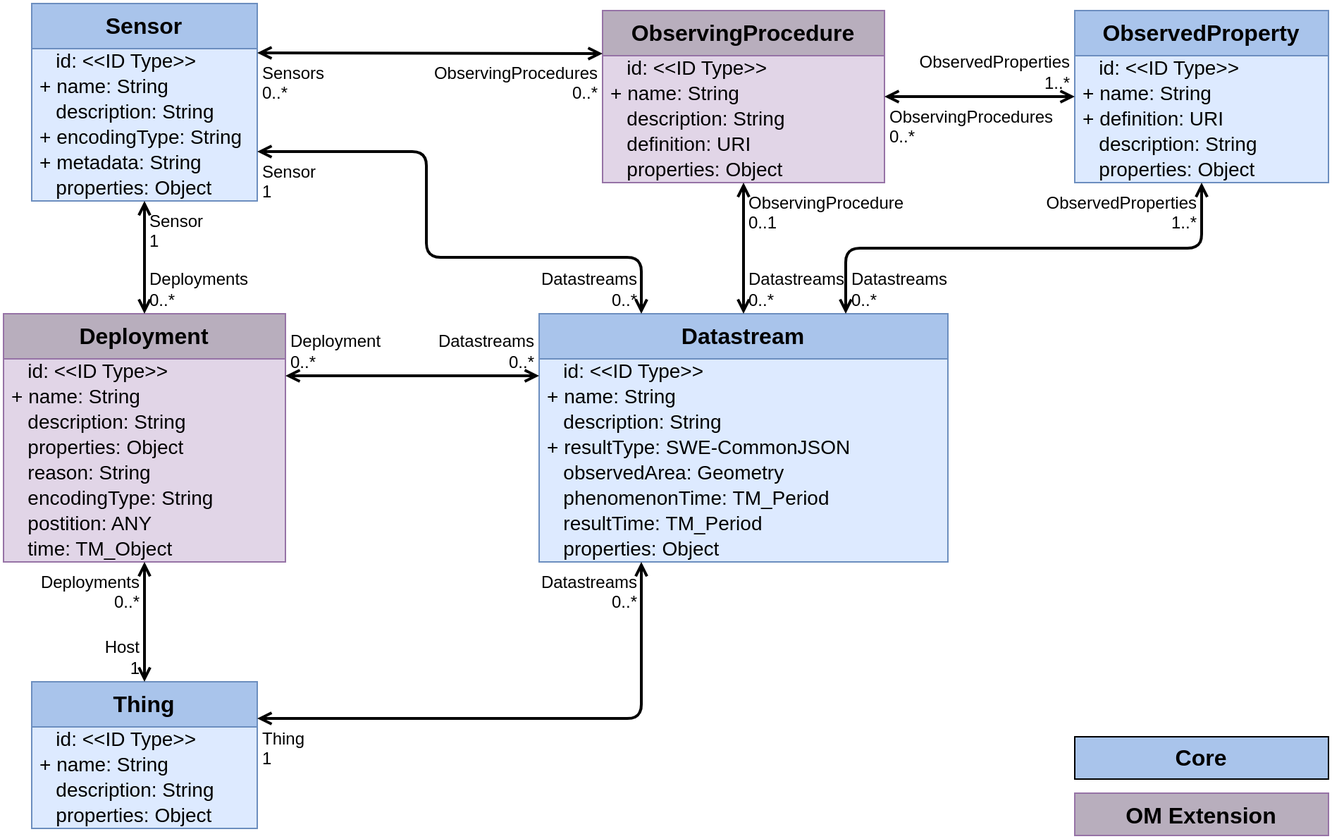
opengeospatial/sensorthings keeps this draw.io diagram as figures/Datamodel-SensorThingsApi-V2-proposal-1-OM.drawio.png. Above is the earlier version. Source tidied: cells renumbered, new cells last; positions are measured from the earlier drawing's top-left corner, leaving out a move shared by most shapes.
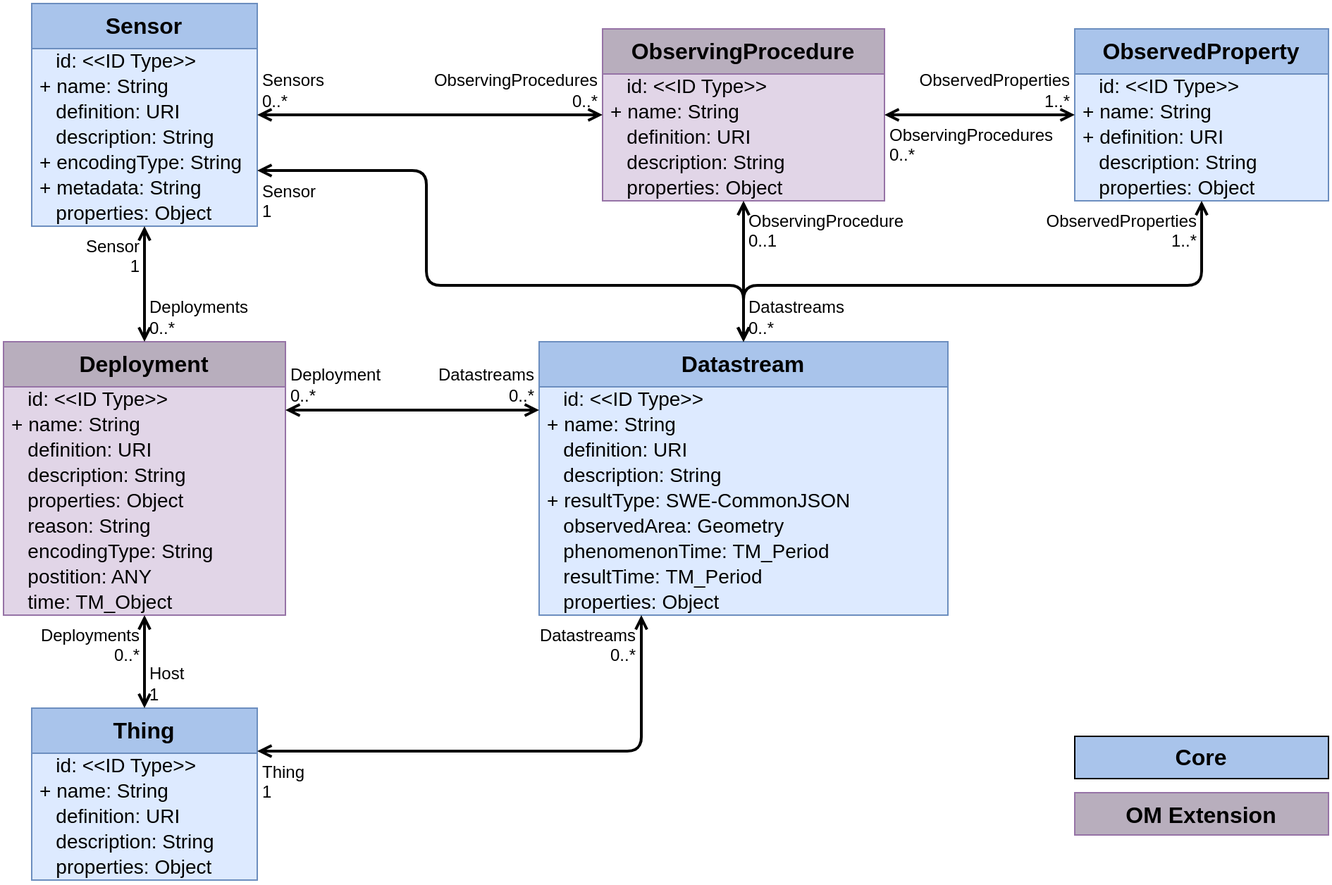
Above is the later version.

Commit message:
Added definition field to most EntityTypes

Change to the diagram source:
```diff
@@ -5,3 +5,3 @@
     <mxCell id="2" value="Datastream" style="swimlane;fontStyle=1;horizontal=1;startSize=32;fontSize=16;whiteSpace=wrap;html=1;fillColor=#A9C4EB;strokeColor=#6c8ebf;swimlaneFillColor=#DDEAFF;verticalAlign=top;" parent="1" vertex="1">
-      <mxGeometry x="380" y="220" width="290" height="176" as="geometry" />
+      <mxGeometry x="380" y="240" width="290" height="194" as="geometry" />
     </mxCell>
@@ -13,22 +13,25 @@
     </mxCell>
+    <mxCell id="73" value="&amp;nbsp;&amp;nbsp;&amp;nbsp;definition: URI" style="text;strokeColor=none;fillColor=none;align=left;verticalAlign=middle;spacingLeft=4;spacingRight=4;overflow=visible;html=1;fontSize=14;" parent="2" vertex="1">
+      <mxGeometry y="68" width="290" height="18" as="geometry" />
+    </mxCell>
     <mxCell id="5" value="&amp;nbsp; &amp;nbsp;description: String" style="text;strokeColor=none;fillColor=none;align=left;verticalAlign=middle;spacingLeft=4;spacingRight=4;overflow=visible;html=1;fontSize=14;" parent="2" vertex="1">
-      <mxGeometry y="68" width="290" height="18" as="geometry" />
+      <mxGeometry y="86" width="290" height="18" as="geometry" />
     </mxCell>
     <mxCell id="6" value="+ resultType: SWE-CommonJSON" style="text;strokeColor=none;fillColor=none;align=left;verticalAlign=middle;spacingLeft=4;spacingRight=4;overflow=visible;html=1;fontSize=14;" parent="2" vertex="1">
-      <mxGeometry y="86" width="290" height="18" as="geometry" />
+      <mxGeometry y="104" width="290" height="18" as="geometry" />
     </mxCell>
     <mxCell id="7" value="&amp;nbsp;&amp;nbsp;&amp;nbsp;observedArea: Geometry" style="text;strokeColor=none;fillColor=none;align=left;verticalAlign=middle;spacingLeft=4;spacingRight=4;overflow=visible;html=1;fontSize=14;" parent="2" vertex="1">
-      <mxGeometry y="104" width="290" height="18" as="geometry" />
+      <mxGeometry y="122" width="290" height="18" as="geometry" />
     </mxCell>
     <mxCell id="8" value="&amp;nbsp;&amp;nbsp;&amp;nbsp;phenomenonTime:&amp;nbsp;TM_Period" style="text;strokeColor=none;fillColor=none;align=left;verticalAlign=middle;spacingLeft=4;spacingRight=4;overflow=visible;html=1;fontSize=14;" parent="2" vertex="1">
-      <mxGeometry y="122" width="290" height="18" as="geometry" />
+      <mxGeometry y="140" width="290" height="18" as="geometry" />
     </mxCell>
     <mxCell id="9" value="&amp;nbsp;&amp;nbsp;&amp;nbsp;resultTime:&amp;nbsp;TM_Period" style="text;strokeColor=none;fillColor=none;align=left;verticalAlign=middle;spacingLeft=4;spacingRight=4;overflow=visible;html=1;fontSize=14;" parent="2" vertex="1">
-      <mxGeometry y="140" width="290" height="18" as="geometry" />
+      <mxGeometry y="158" width="290" height="18" as="geometry" />
     </mxCell>
     <mxCell id="10" value="&amp;nbsp;&amp;nbsp;&amp;nbsp;properties: Object" style="text;strokeColor=none;fillColor=none;align=left;verticalAlign=middle;spacingLeft=4;spacingRight=4;overflow=visible;html=1;fontSize=14;" parent="2" vertex="1">
-      <mxGeometry y="158" width="290" height="18" as="geometry" />
+      <mxGeometry y="176" width="290" height="18" as="geometry" />
     </mxCell>
     <mxCell id="11" value="Deployment" style="swimlane;fontStyle=1;horizontal=1;startSize=32;fontSize=16;whiteSpace=wrap;html=1;fillColor=#B8AEBD;strokeColor=#9673a6;swimlaneFillColor=#E1D5E7;verticalAlign=top;" parent="1" vertex="1">
-      <mxGeometry y="220" width="200" height="176" as="geometry" />
+      <mxGeometry y="240" width="200" height="194" as="geometry" />
     </mxCell>
@@ -40,22 +43,25 @@
     </mxCell>
+    <mxCell id="74" value="&amp;nbsp;&amp;nbsp;&amp;nbsp;definition: URI" style="text;strokeColor=none;fillColor=none;align=left;verticalAlign=middle;spacingLeft=4;spacingRight=4;overflow=visible;html=1;fontSize=14;" parent="11" vertex="1">
+      <mxGeometry y="68" width="200" height="18" as="geometry" />
+    </mxCell>
     <mxCell id="14" value="&amp;nbsp;&amp;nbsp;&amp;nbsp;description: String" style="text;strokeColor=none;fillColor=none;align=left;verticalAlign=middle;spacingLeft=4;spacingRight=4;overflow=visible;html=1;fontSize=14;" parent="11" vertex="1">
-      <mxGeometry y="68" width="200" height="18" as="geometry" />
+      <mxGeometry y="86" width="200" height="18" as="geometry" />
     </mxCell>
     <mxCell id="15" value="&amp;nbsp;&amp;nbsp;&amp;nbsp;properties: Object" style="text;strokeColor=none;fillColor=none;align=left;verticalAlign=middle;spacingLeft=4;spacingRight=4;overflow=visible;html=1;fontSize=14;" parent="11" vertex="1">
-      <mxGeometry y="86" width="200" height="18" as="geometry" />
+      <mxGeometry y="104" width="200" height="18" as="geometry" />
     </mxCell>
     <mxCell id="16" value="&amp;nbsp;&amp;nbsp;&amp;nbsp;reason: String" style="text;strokeColor=none;fillColor=none;align=left;verticalAlign=middle;spacingLeft=4;spacingRight=4;overflow=visible;html=1;fontSize=14;" parent="11" vertex="1">
-      <mxGeometry y="104" width="200" height="18" as="geometry" />
+      <mxGeometry y="122" width="200" height="18" as="geometry" />
     </mxCell>
     <mxCell id="17" value="&amp;nbsp; &amp;nbsp;encodingType: String" style="text;strokeColor=none;fillColor=none;align=left;verticalAlign=middle;spacingLeft=4;spacingRight=4;overflow=visible;html=1;fontSize=14;" parent="11" vertex="1">
-      <mxGeometry y="122" width="200" height="18" as="geometry" />
+      <mxGeometry y="140" width="200" height="18" as="geometry" />
     </mxCell>
     <mxCell id="18" value="&amp;nbsp;&amp;nbsp;&amp;nbsp;postition: ANY" style="text;strokeColor=none;fillColor=none;align=left;verticalAlign=middle;spacingLeft=4;spacingRight=4;overflow=visible;html=1;fontSize=14;" parent="11" vertex="1">
-      <mxGeometry y="140" width="200" height="18" as="geometry" />
+      <mxGeometry y="158" width="200" height="18" as="geometry" />
     </mxCell>
     <mxCell id="19" value="&amp;nbsp;&amp;nbsp;&amp;nbsp;time: TM_Object" style="text;strokeColor=none;fillColor=none;align=left;verticalAlign=middle;spacingLeft=4;spacingRight=4;overflow=visible;html=1;fontSize=14;" parent="11" vertex="1">
-      <mxGeometry y="158" width="200" height="18" as="geometry" />
+      <mxGeometry y="176" width="200" height="18" as="geometry" />
     </mxCell>
     <mxCell id="20" value="ObservedProperty" style="swimlane;fontStyle=1;horizontal=1;startSize=32;fontSize=16;whiteSpace=wrap;html=1;fillColor=#A9C4EB;strokeColor=#6c8ebf;swimlaneFillColor=#DDEAFF;verticalAlign=top;" parent="1" vertex="1">
-      <mxGeometry x="760" y="5" width="180" height="122" as="geometry" />
+      <mxGeometry x="760" y="18" width="180" height="122" as="geometry" />
     </mxCell>
@@ -76,4 +82,9 @@
     </mxCell>
-    <mxCell id="26" style="endArrow=open;startArrow=open;html=1;rounded=1;edgeStyle=orthogonalEdgeStyle;entryX=0.75;entryY=0;entryDx=0;entryDy=0;exitX=0.5;exitY=1;exitDx=0;exitDy=0;strokeWidth=2;curved=0;startFill=0;endFill=0;" parent="1" edge="1" source="20" target="2">
-      <mxGeometry relative="1" as="geometry" />
+    <mxCell id="26" style="endArrow=open;startArrow=open;html=1;rounded=1;edgeStyle=orthogonalEdgeStyle;entryX=0.5;entryY=0;entryDx=0;entryDy=0;exitX=0.5;exitY=1;exitDx=0;exitDy=0;strokeWidth=2;curved=0;startFill=0;endFill=0;" parent="1" edge="1" source="20" target="2">
+      <mxGeometry relative="1" as="geometry">
+        <Array as="points">
+          <mxPoint x="850" y="200" />
+          <mxPoint x="525" y="200" />
+        </Array>
+      </mxGeometry>
     </mxCell>
@@ -86,3 +97,3 @@
     <mxCell id="29" value="ObservingProcedure" style="swimlane;fontStyle=1;horizontal=1;startSize=32;fontSize=16;whiteSpace=wrap;html=1;fillColor=#B8AEBD;strokeColor=#9673a6;swimlaneFillColor=#E1D5E7;verticalAlign=top;" parent="1" vertex="1">
-      <mxGeometry x="425" y="5" width="200" height="122" as="geometry" />
+      <mxGeometry x="425" y="18" width="200" height="122" as="geometry" />
     </mxCell>
@@ -94,8 +105,8 @@
     </mxCell>
+    <mxCell id="33" value="&amp;nbsp;&amp;nbsp;&amp;nbsp;definition: URI" style="text;strokeColor=none;fillColor=none;align=left;verticalAlign=middle;spacingLeft=4;spacingRight=4;overflow=visible;html=1;fontSize=14;" parent="29" vertex="1">
+      <mxGeometry y="68" width="200" height="18" as="geometry" />
+    </mxCell>
     <mxCell id="32" value="&amp;nbsp;&amp;nbsp;&amp;nbsp;description: String" style="text;strokeColor=none;fillColor=none;align=left;verticalAlign=middle;spacingLeft=4;spacingRight=4;overflow=visible;html=1;fontSize=14;" parent="29" vertex="1">
-      <mxGeometry y="68" width="200" height="18" as="geometry" />
+      <mxGeometry y="86" width="200" height="18" as="geometry" />
     </mxCell>
-    <mxCell id="33" value="&amp;nbsp;&amp;nbsp;&amp;nbsp;definition: URI" style="text;strokeColor=none;fillColor=none;align=left;verticalAlign=middle;spacingLeft=4;spacingRight=4;overflow=visible;html=1;fontSize=14;" parent="29" vertex="1">
-      <mxGeometry y="86" width="200" height="18" as="geometry" />
-    </mxCell>
     <mxCell id="34" value="&amp;nbsp;&amp;nbsp;&amp;nbsp;properties: Object" style="text;strokeColor=none;fillColor=none;align=left;verticalAlign=middle;spacingLeft=4;spacingRight=4;overflow=visible;html=1;fontSize=14;" parent="29" vertex="1">
@@ -109,7 +120,4 @@
     </mxCell>
-    <mxCell id="37" value="Datastreams&lt;br&gt;0..*" style="edgeLabel;html=1;align=left;verticalAlign=bottom;labelBackgroundColor=none;fontSize=12;spacingLeft=1;spacing=3;spacingRight=2;" parent="35" vertex="1">
-      <mxGeometry x="1" relative="1" as="geometry" />
-    </mxCell>
     <mxCell id="38" value="Sensor" style="swimlane;fontStyle=1;horizontal=1;startSize=32;fontSize=16;whiteSpace=wrap;html=1;fillColor=#A9C4EB;strokeColor=#6c8ebf;swimlaneFillColor=#DDEAFF;verticalAlign=top;" parent="1" vertex="1">
-      <mxGeometry x="20" width="160" height="140" as="geometry" />
+      <mxGeometry x="20" width="160" height="158" as="geometry" />
     </mxCell>
@@ -121,20 +129,23 @@
     </mxCell>
+    <mxCell id="75" value="&amp;nbsp;&amp;nbsp;&amp;nbsp;definition: URI" style="text;strokeColor=none;fillColor=none;align=left;verticalAlign=middle;spacingLeft=4;spacingRight=4;overflow=visible;html=1;fontSize=14;" parent="38" vertex="1">
+      <mxGeometry y="68" width="160" height="18" as="geometry" />
+    </mxCell>
     <mxCell id="41" value="&amp;nbsp; &amp;nbsp;description: String" style="text;strokeColor=none;fillColor=none;align=left;verticalAlign=middle;spacingLeft=4;spacingRight=4;overflow=visible;html=1;fontSize=14;" parent="38" vertex="1">
-      <mxGeometry y="68" width="160" height="18" as="geometry" />
+      <mxGeometry y="86" width="160" height="18" as="geometry" />
     </mxCell>
     <mxCell id="42" value="+ encodingType: String" style="text;strokeColor=none;fillColor=none;align=left;verticalAlign=middle;spacingLeft=4;spacingRight=4;overflow=visible;html=1;fontSize=14;" parent="38" vertex="1">
-      <mxGeometry y="86" width="160" height="18" as="geometry" />
+      <mxGeometry y="104" width="160" height="18" as="geometry" />
     </mxCell>
     <mxCell id="43" value="+ metadata: String" style="text;strokeColor=none;fillColor=none;align=left;verticalAlign=middle;spacingLeft=4;spacingRight=4;overflow=visible;html=1;fontSize=14;" parent="38" vertex="1">
-      <mxGeometry y="104" width="160" height="18" as="geometry" />
+      <mxGeometry y="122" width="160" height="18" as="geometry" />
     </mxCell>
     <mxCell id="44" value="&amp;nbsp;&amp;nbsp;&amp;nbsp;properties: Object" style="text;strokeColor=none;fillColor=none;align=left;verticalAlign=middle;spacingLeft=4;spacingRight=4;overflow=visible;html=1;fontSize=14;" parent="38" vertex="1">
-      <mxGeometry y="122" width="160" height="18" as="geometry" />
+      <mxGeometry y="140" width="160" height="18" as="geometry" />
     </mxCell>
-    <mxCell id="45" style="endArrow=open;startArrow=open;html=1;rounded=1;entryX=0.25;entryY=0;entryDx=0;entryDy=0;edgeStyle=orthogonalEdgeStyle;exitX=1;exitY=0.75;exitDx=0;exitDy=0;strokeWidth=2;startFill=0;endFill=0;" parent="1" edge="1" source="38" target="2">
+    <mxCell id="45" style="endArrow=open;startArrow=open;html=1;rounded=1;entryX=0.5;entryY=0;entryDx=0;entryDy=0;edgeStyle=orthogonalEdgeStyle;exitX=1;exitY=0.75;exitDx=0;exitDy=0;strokeWidth=2;startFill=0;endFill=0;" parent="1" edge="1" source="38" target="2">
       <mxGeometry relative="1" as="geometry">
         <Array as="points">
-          <mxPoint x="300" y="105" />
-          <mxPoint x="300" y="180" />
-          <mxPoint x="453" y="180" />
+          <mxPoint x="300" y="118" />
+          <mxPoint x="300" y="200" />
+          <mxPoint x="525" y="200" />
         </Array>
@@ -145,5 +156,2 @@
     </mxCell>
-    <mxCell id="47" value="Datastreams&lt;br&gt;0..*" style="edgeLabel;html=1;align=right;verticalAlign=bottom;labelBackgroundColor=none;fontSize=12;spacingLeft=1;spacing=3;spacingRight=2;" parent="45" vertex="1">
-      <mxGeometry x="1" relative="1" as="geometry" />
-    </mxCell>
     <mxCell id="48" style="endArrow=open;startArrow=open;html=1;rounded=1;noEdgeStyle=1;strokeWidth=2;curved=0;startFill=0;endFill=0;" parent="1" edge="1" source="38" target="11">
@@ -151,3 +159,3 @@
     </mxCell>
-    <mxCell id="49" value="Sensor&lt;br&gt;1" style="edgeLabel;html=1;align=left;verticalAlign=top;labelBackgroundColor=none;fontSize=12;spacingLeft=1;spacing=3;spacingRight=2;" parent="48" vertex="1">
+    <mxCell id="49" value="Sensor&lt;br&gt;1" style="edgeLabel;html=1;align=right;verticalAlign=top;labelBackgroundColor=none;fontSize=12;spacingLeft=1;spacing=3;spacingRight=2;" parent="48" vertex="1">
       <mxGeometry x="-1" relative="1" as="geometry" />
@@ -157,9 +165,9 @@
     </mxCell>
-    <mxCell id="51" style="endArrow=open;startArrow=open;html=1;rounded=1;exitX=1;exitY=0.25;exitDx=0;exitDy=0;entryX=0;entryY=0.25;entryDx=0;entryDy=0;strokeWidth=2;curved=0;startFill=0;endFill=0;" parent="1" edge="1" source="38" target="29">
+    <mxCell id="51" style="endArrow=open;startArrow=open;html=1;rounded=1;exitX=1;exitY=0.5;exitDx=0;exitDy=0;entryX=0;entryY=0.5;entryDx=0;entryDy=0;strokeWidth=2;curved=0;startFill=0;endFill=0;" parent="1" edge="1" source="38" target="29">
       <mxGeometry relative="1" as="geometry" />
     </mxCell>
-    <mxCell id="52" value="Sensors&lt;br&gt;0..*" style="edgeLabel;html=1;align=left;verticalAlign=top;labelBackgroundColor=none;fontSize=12;spacingLeft=1;spacing=3;spacingRight=2;" parent="51" vertex="1">
+    <mxCell id="52" value="Sensors&lt;br&gt;0..*" style="edgeLabel;html=1;align=left;verticalAlign=bottom;labelBackgroundColor=none;fontSize=12;spacingLeft=1;spacing=3;spacingRight=2;" parent="51" vertex="1">
       <mxGeometry x="-1" relative="1" as="geometry" />
     </mxCell>
-    <mxCell id="53" value="ObservingProcedures&lt;br&gt;0..*" style="edgeLabel;html=1;align=right;verticalAlign=top;labelBackgroundColor=none;fontSize=12;spacingLeft=1;spacing=3;spacingRight=2;" parent="51" vertex="1">
+    <mxCell id="53" value="ObservingProcedures&lt;br&gt;0..*" style="edgeLabel;html=1;align=right;verticalAlign=bottom;labelBackgroundColor=none;fontSize=12;spacingLeft=1;spacing=3;spacingRight=2;" parent="51" vertex="1">
       <mxGeometry x="1" relative="1" as="geometry" />
@@ -167,3 +175,3 @@
     <mxCell id="54" value="Thing" style="swimlane;fontStyle=1;horizontal=1;startSize=32;fontSize=16;whiteSpace=wrap;html=1;fillColor=#A9C4EB;strokeColor=#6c8ebf;swimlaneFillColor=#DDEAFF;verticalAlign=top;" parent="1" vertex="1">
-      <mxGeometry x="20" y="481" width="160" height="104" as="geometry" />
+      <mxGeometry x="20" y="500" width="160" height="122" as="geometry" />
     </mxCell>
@@ -175,7 +183,10 @@
     </mxCell>
+    <mxCell id="76" value="&amp;nbsp;&amp;nbsp;&amp;nbsp;definition: URI" style="text;strokeColor=none;fillColor=none;align=left;verticalAlign=middle;spacingLeft=4;spacingRight=4;overflow=visible;html=1;fontSize=14;" parent="54" vertex="1">
+      <mxGeometry y="68" width="160" height="18" as="geometry" />
+    </mxCell>
     <mxCell id="57" value="&amp;nbsp; &amp;nbsp;description: String" style="text;strokeColor=none;fillColor=none;align=left;verticalAlign=middle;spacingLeft=4;spacingRight=4;overflow=visible;html=1;fontSize=14;" parent="54" vertex="1">
-      <mxGeometry y="68" width="160" height="18" as="geometry" />
+      <mxGeometry y="86" width="160" height="18" as="geometry" />
     </mxCell>
     <mxCell id="58" value="&amp;nbsp;&amp;nbsp;&amp;nbsp;properties: Object" style="text;strokeColor=none;fillColor=none;align=left;verticalAlign=middle;spacingLeft=4;spacingRight=4;overflow=visible;html=1;fontSize=14;" parent="54" vertex="1">
-      <mxGeometry y="86" width="160" height="18" as="geometry" />
+      <mxGeometry y="104" width="160" height="18" as="geometry" />
     </mxCell>
@@ -184,3 +195,3 @@
     </mxCell>
-    <mxCell id="60" value="Host&lt;br&gt;1" style="edgeLabel;html=1;align=right;verticalAlign=bottom;labelBackgroundColor=none;fontSize=12;spacingLeft=1;spacing=3;spacingRight=2;" parent="59" vertex="1">
+    <mxCell id="60" value="Host&lt;br&gt;1" style="edgeLabel;html=1;align=left;verticalAlign=bottom;labelBackgroundColor=none;fontSize=12;spacingLeft=1;spacing=3;spacingRight=2;" parent="59" vertex="1">
       <mxGeometry x="-1" relative="1" as="geometry" />
```
